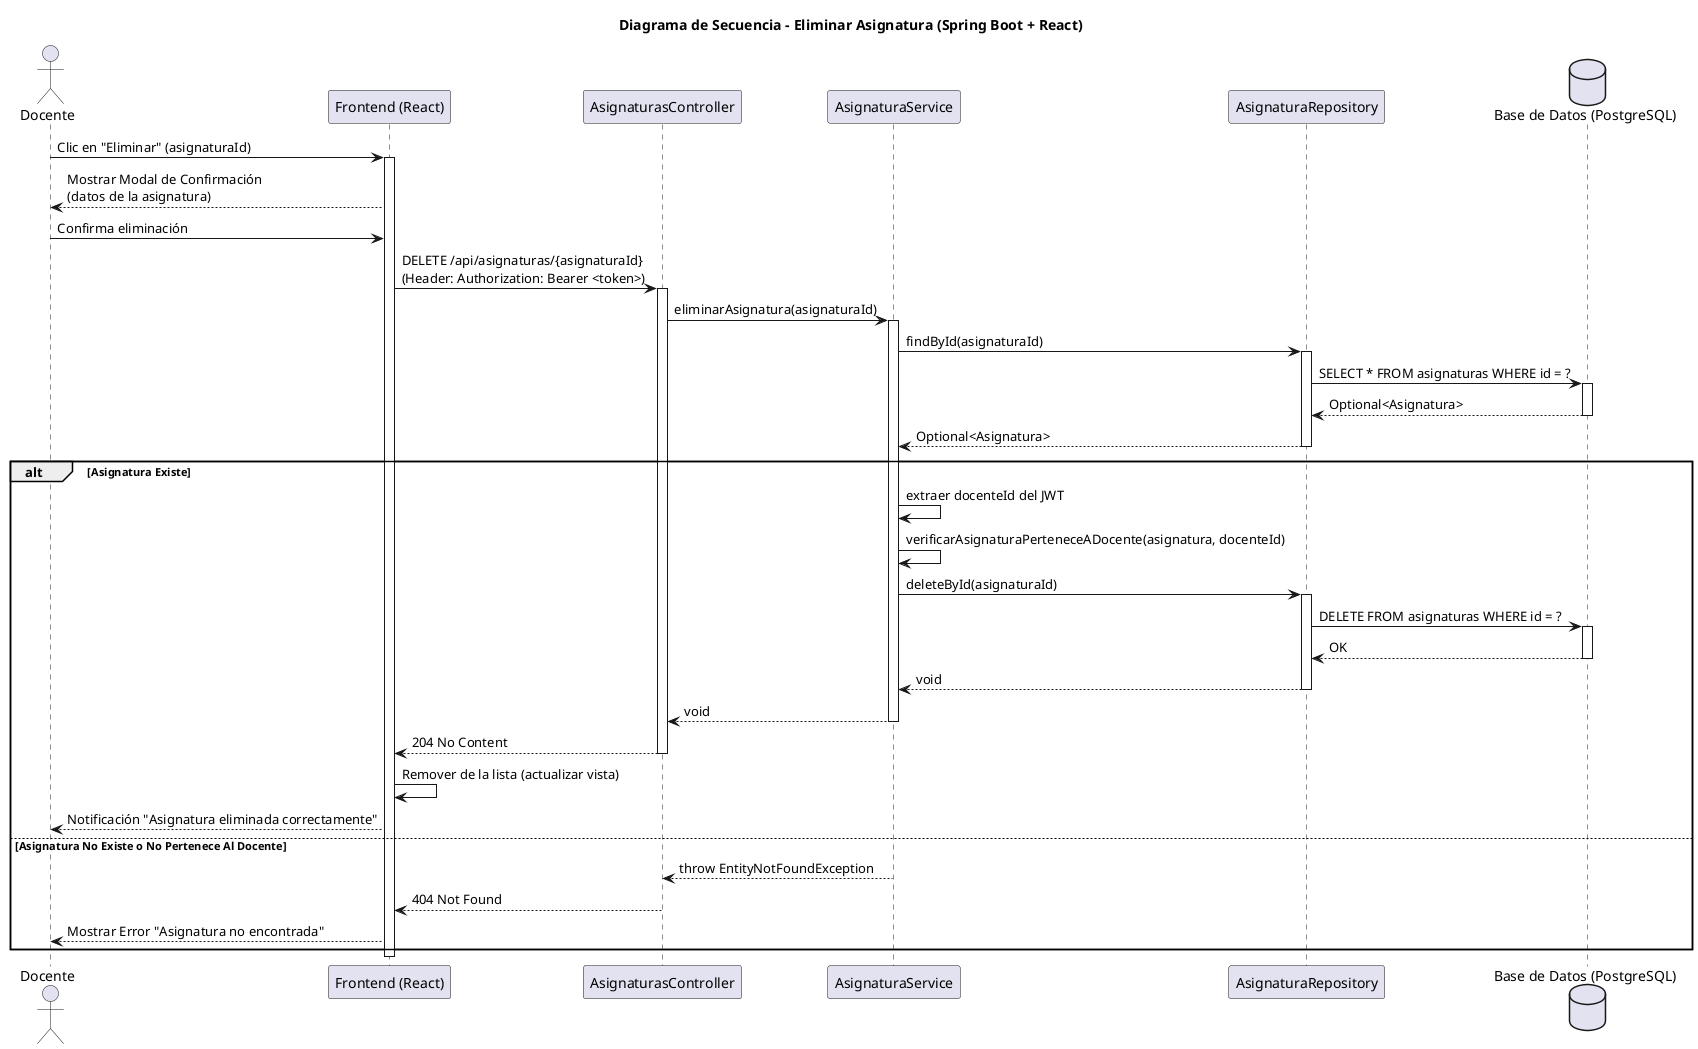
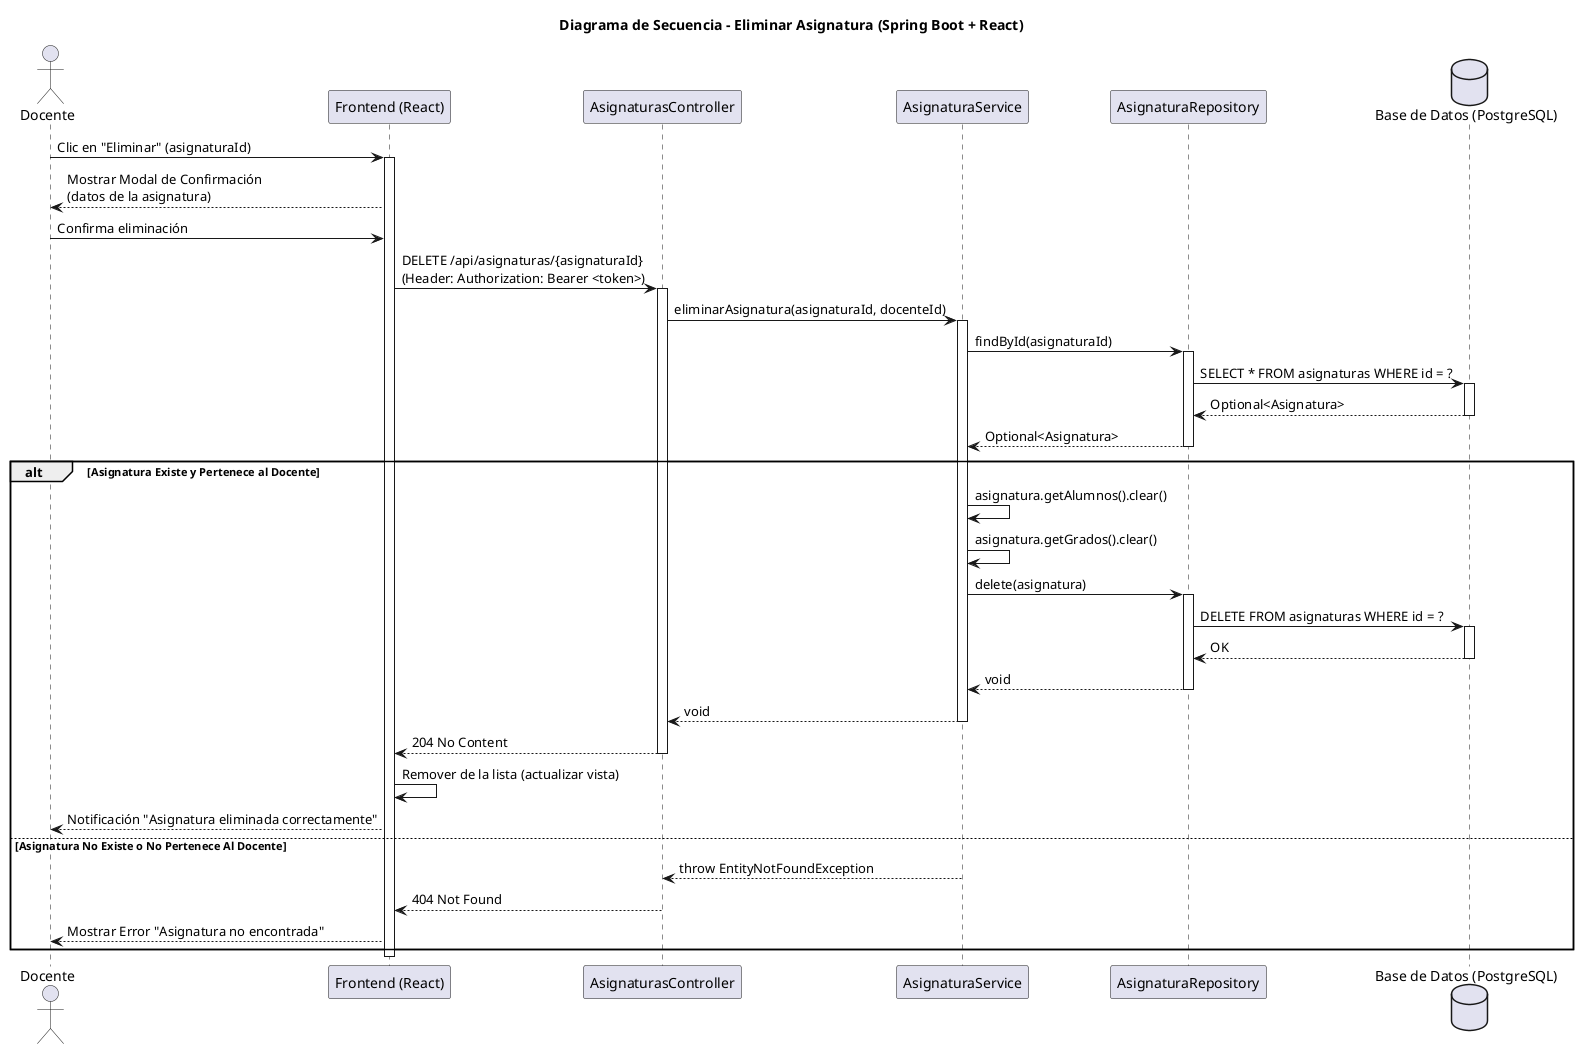
@startuml
title Diagrama de Secuencia - Eliminar Asignatura (Spring Boot + React)

actor "Docente" as Teacher
participant "Frontend (React)" as FE
participant "AsignaturasController" as Controller
participant "AsignaturaService" as Service
participant "AsignaturaRepository" as Repo
database "Base de Datos (PostgreSQL)" as DB

Teacher -> FE: Clic en "Eliminar" (asignaturaId)
activate FE
FE --> Teacher: Mostrar Modal de Confirmación\n(datos de la asignatura)
Teacher -> FE: Confirma eliminación
FE -> Controller: DELETE /api/asignaturas/{asignaturaId}\n(Header: Authorization: Bearer <token>)
activate Controller
- Controller -> Service: eliminarAsignatura(asignaturaId)
+ Controller -> Service: eliminarAsignatura(asignaturaId, docenteId)
activate Service
Service -> Repo: findById(asignaturaId)
activate Repo
Repo -> DB: SELECT * FROM asignaturas WHERE id = ?
activate DB
DB --> Repo: Optional<Asignatura>
deactivate DB
Repo --> Service: Optional<Asignatura>
deactivate Repo
- alt Asignatura Existe
-     Service -> Service: extraer docenteId del JWT
-     Service -> Service: verificarAsignaturaPerteneceADocente(asignatura, docenteId)
-     Service -> Repo: deleteById(asignaturaId)
+ alt Asignatura Existe y Pertenece al Docente
+     Service -> Service: asignatura.getAlumnos().clear()
+     Service -> Service: asignatura.getGrados().clear()
+     Service -> Repo: delete(asignatura)
    activate Repo
    Repo -> DB: DELETE FROM asignaturas WHERE id = ?
    activate DB
    DB --> Repo: OK
    deactivate DB
    Repo --> Service: void
    deactivate Repo
    Service --> Controller: void
    deactivate Service
    Controller --> FE: 204 No Content
    deactivate Controller
    FE -> FE: Remover de la lista (actualizar vista)
    FE --> Teacher: Notificación "Asignatura eliminada correctamente"
else Asignatura No Existe o No Pertenece Al Docente
    Service --> Controller: throw EntityNotFoundException
    deactivate Service
    Controller --> FE: 404 Not Found
    deactivate Controller
    FE --> Teacher: Mostrar Error "Asignatura no encontrada"
end
deactivate FE

@enduml